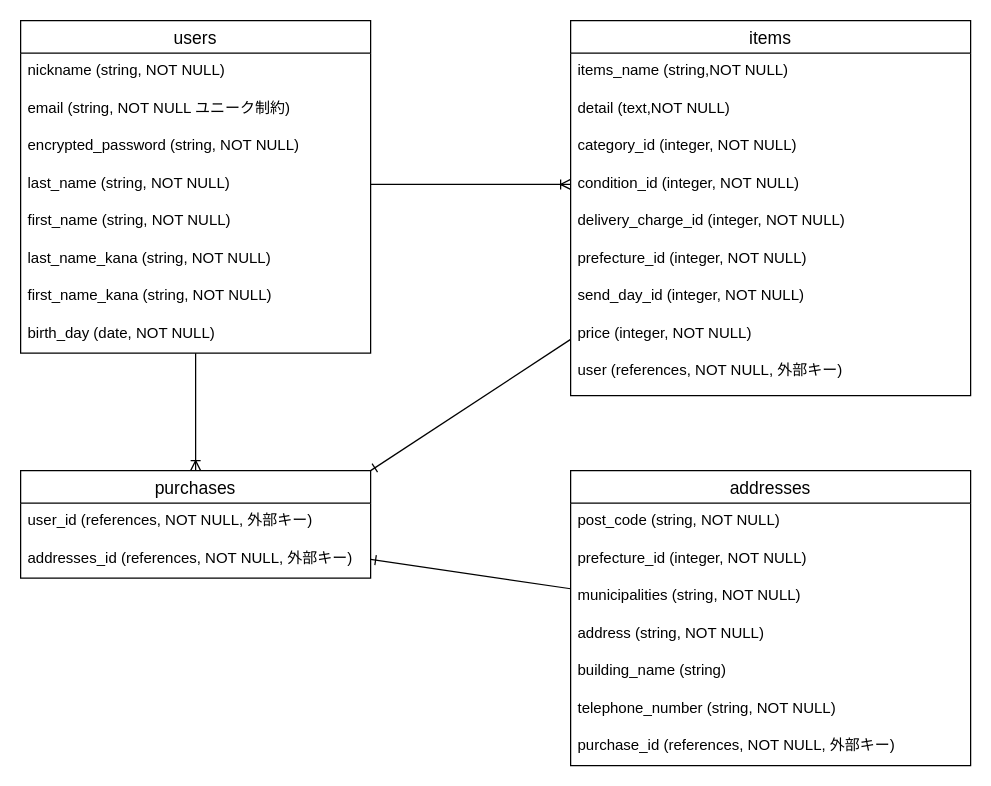
This is furima_36259.dio from sskyug/furima-36259, a draw.io file, before an edit. Source tidied: cells renumbered, new cells numbered last; positions are measured from the earlier drawing's top-left corner, leaving out a move shared by most shapes. Both pictures are drawn from the tidied source at 125%, with x=0, y=0 at pixel (20, 20).
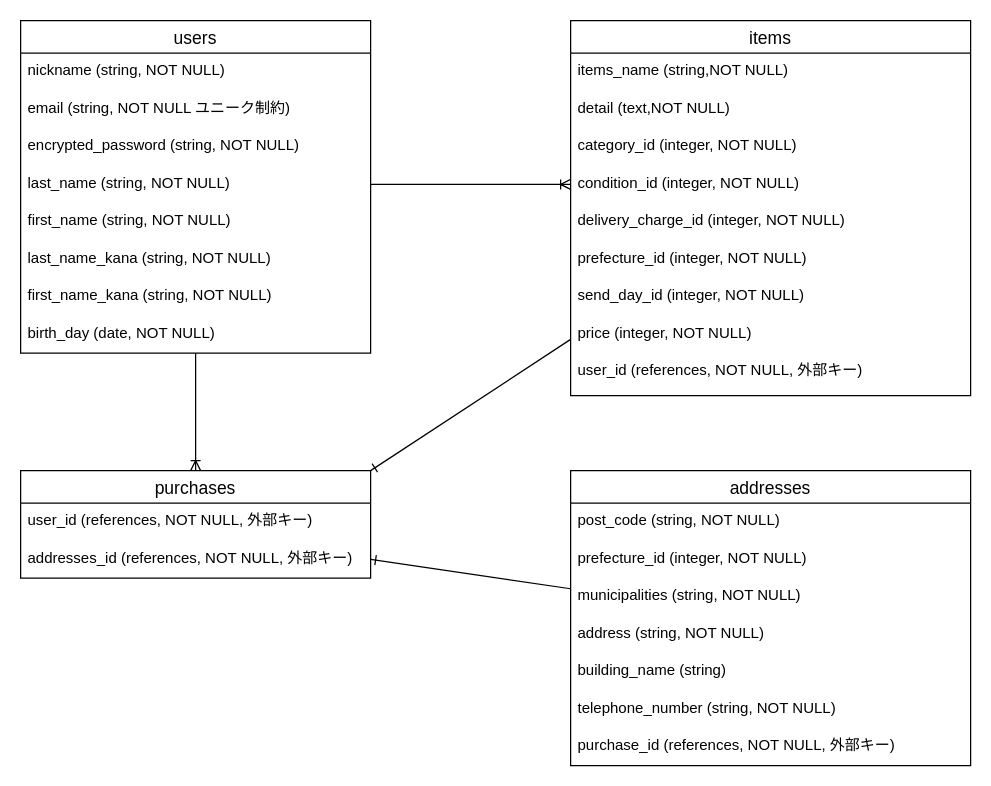
Above is the later version.

Unchanged cells that the change refers to:
```xml
<mxCell id="13" value="items" style="swimlane;fontStyle=0;horizontal=1;startSize=26;align=center;fontSize=14;strokeColor=default;" parent="1" vertex="1">
  <mxGeometry x="440" width="320" height="300" as="geometry" />
</mxCell>
```

What changed in the source:
```diff
@@
-    <mxCell id="22" value="user (references, NOT NULL, 外部キー)" style="text;strokeColor=none;fillColor=none;spacingLeft=4;spacingRight=4;overflow=hidden;fontSize=12;" parent="13" vertex="1">
+    <mxCell id="22" value="user_id (references, NOT NULL, 外部キー)" style="text;strokeColor=none;fillColor=none;spacingLeft=4;spacingRight=4;overflow=hidden;fontSize=12;" parent="13" vertex="1">
       <mxGeometry y="266" width="320" height="34" as="geometry" />
     </mxCell>
```
